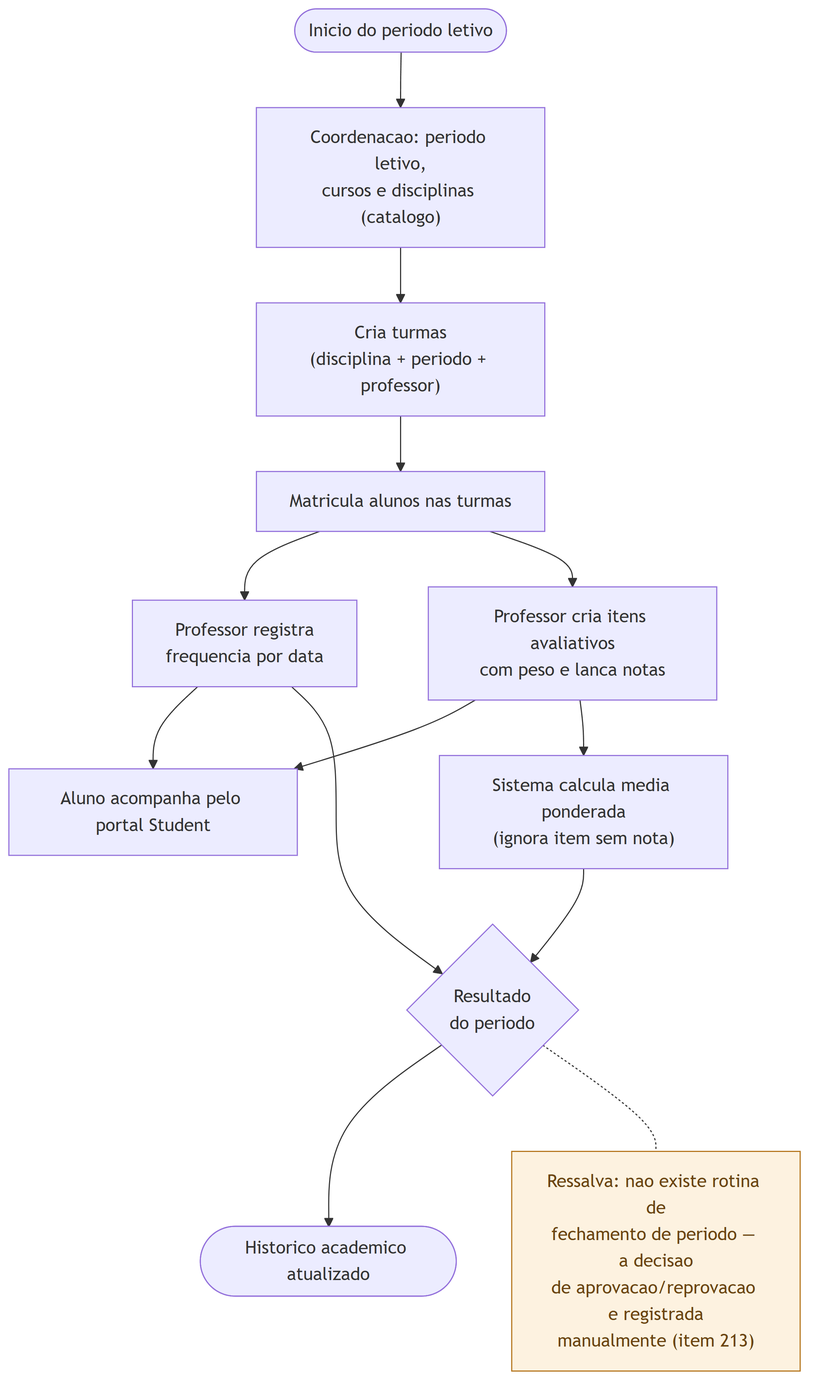
Above: docs/diagramas/png/ativ-academico.png in bebberjoao/RoosterOneBackend (Mermaid), before the change. Its source is kept beside it as docs/diagramas/src/ativ-academico.mmd.
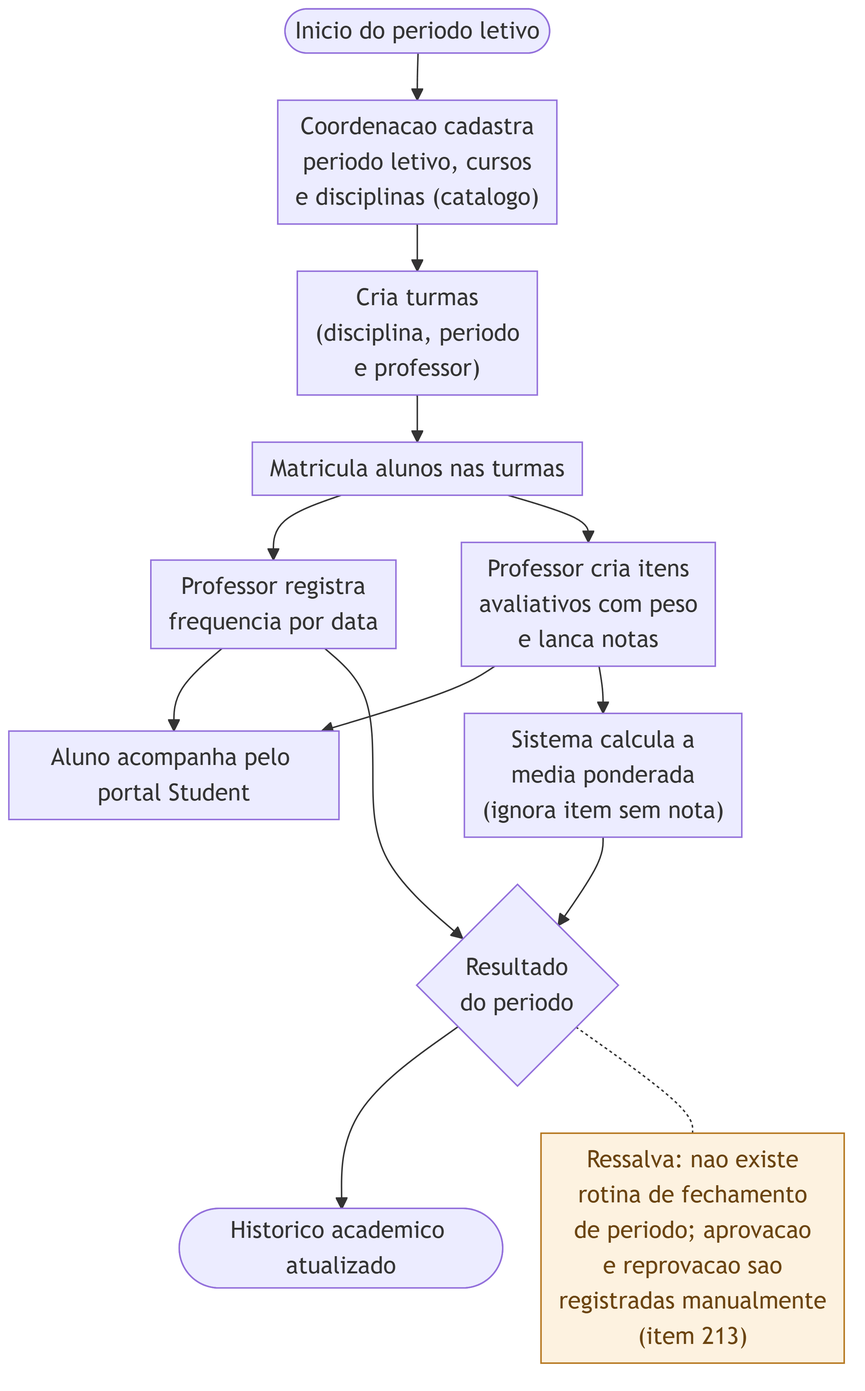
After the commit.

What changed in the source:
```diff
@@ -1,17 +1,18 @@
+%%{init: {"flowchart":{"nodeSpacing":26,"rankSpacing":32,"padding":6,"diagramPadding":6}}}%%
 flowchart TD
-  A([Inicio do periodo letivo]) --> B["Coordenacao: periodo letivo,<br/>cursos e disciplinas (catalogo)"]
-  B --> C["Cria turmas<br/>(disciplina + periodo + professor)"]
+  A([Inicio do periodo letivo]) --> B["Coordenacao cadastra<br/>periodo letivo, cursos<br/>e disciplinas (catalogo)"]
+  B --> C["Cria turmas<br/>(disciplina, periodo<br/>e professor)"]
   C --> D[Matricula alunos nas turmas]
   D --> E["Professor registra<br/>frequencia por data"]
-  D --> F["Professor cria itens avaliativos<br/>com peso e lanca notas"]
+  D --> F["Professor cria itens<br/>avaliativos com peso<br/>e lanca notas"]
   E --> G[Aluno acompanha pelo portal Student]
   F --> G
-  F --> H["Sistema calcula media ponderada<br/>(ignora item sem nota)"]
+  F --> H["Sistema calcula a<br/>media ponderada<br/>(ignora item sem nota)"]
   H --> I{"Resultado<br/>do periodo"}
   E --> I
   I --> J([Historico academico atualizado])
 
-  NOTA["Ressalva: nao existe rotina de<br/>fechamento de periodo — a decisao<br/>de aprovacao/reprovacao e registrada<br/>manualmente (item 213)"]
+  NOTA["Ressalva: nao existe<br/>rotina de fechamento<br/>de periodo; aprovacao<br/>e reprovacao sao<br/>registradas manualmente<br/>(item 213)"]
   I -.- NOTA
   classDef aviso fill:#FDF2E0,stroke:#B4741A,color:#6B4410
   class NOTA aviso
```
